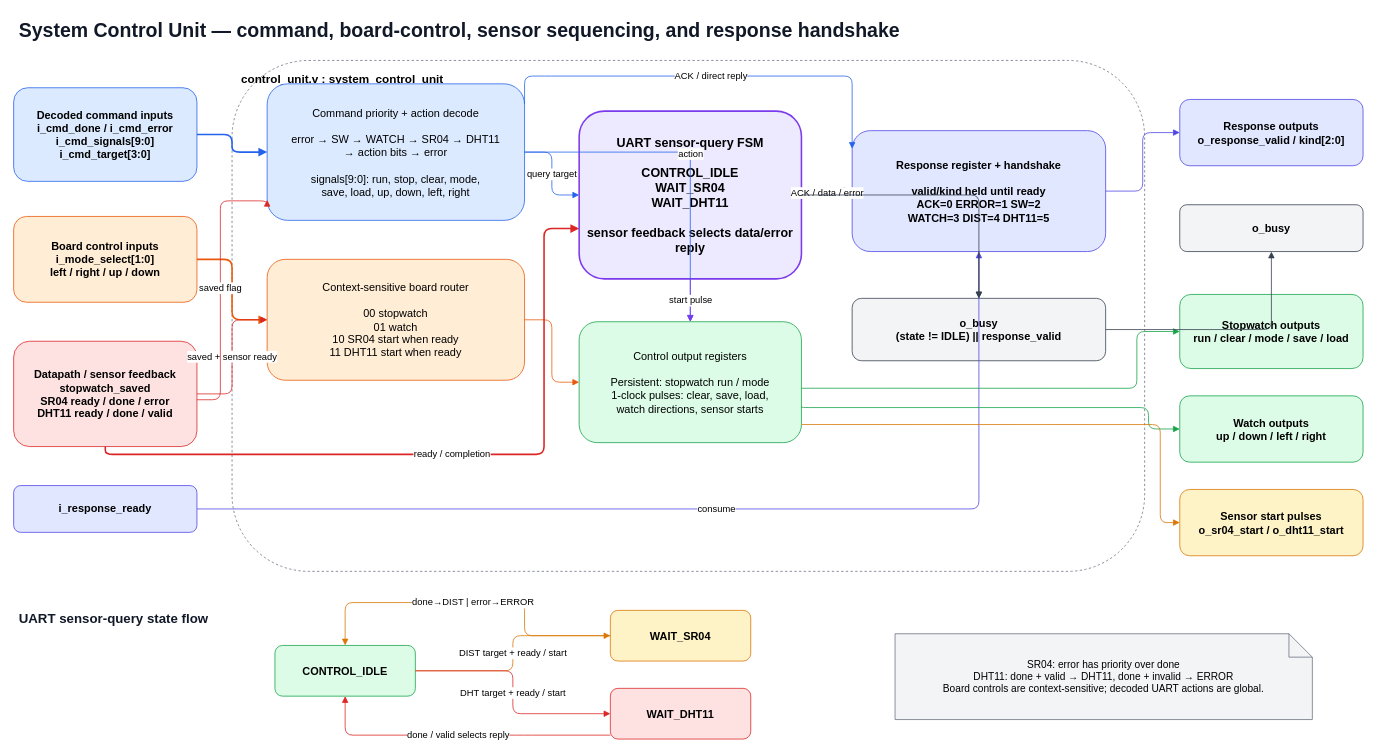
Above: docs/block_diagrams/system_control_unit.drawio in Cha-pagetti/fpga_proj_sensor_watch_stopwatch (draw.io), before the change. Source tidied: cells renumbered, new cells numbered last; positions are measured from the earlier drawing's top-left corner, leaving out a move shared by most shapes. Both pictures are drawn from the tidied source at 78%, with x=0, y=0 at pixel (13, 13).
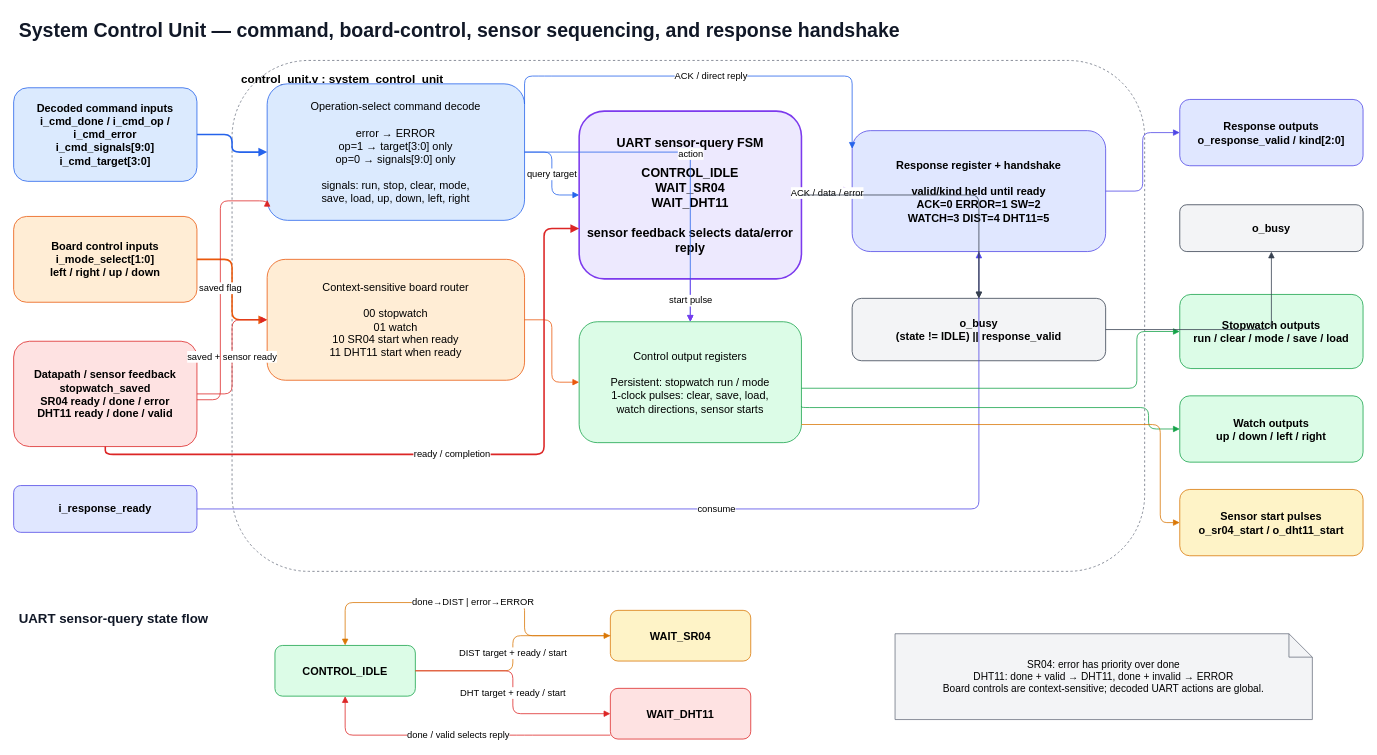
After the change.

Commit message (it also covers changes not shown here):
fix: route decoder op into control unit

Diff of the diagram source:
```diff
@@
-    <mxCell id="4" value="Decoded command inputs&#10;i_cmd_done / i_cmd_error&#10;i_cmd_signals[9:0]&#10;i_cmd_target[3:0]" style="rounded=1;whiteSpace=wrap;html=1;fillColor=#DBEAFE;strokeColor=#2563EB;fontSize=14;fontStyle=1;" parent="1" vertex="1">
+    <mxCell id="4" value="Decoded command inputs&#10;i_cmd_done / i_cmd_op / i_cmd_error&#10;i_cmd_signals[9:0]&#10;i_cmd_target[3:0]" style="rounded=1;whiteSpace=wrap;html=1;fillColor=#DBEAFE;strokeColor=#2563EB;fontSize=14;fontStyle=1;" parent="1" vertex="1">
       <mxGeometry y="95" width="235" height="120" as="geometry" />
     </mxCell>
@@
-    <mxCell id="8" value="Command priority + action decode&#10;&#10;error → SW → WATCH → SR04 → DHT11&#10;→ action bits → error&#10;&#10;signals[9:0]: run, stop, clear, mode,&#10;save, load, up, down, left, right" style="rounded=1;whiteSpace=wrap;html=1;fillColor=#DBEAFE;strokeColor=#2563EB;fontSize=14;" parent="1" vertex="1">
+    <mxCell id="8" value="Operation-select command decode&#10;&#10;error → ERROR&#10;op=1 → target[3:0] only&#10;op=0 → signals[9:0] only&#10;&#10;signals: run, stop, clear, mode,&#10;save, load, up, down, left, right" style="rounded=1;whiteSpace=wrap;html=1;fillColor=#DBEAFE;strokeColor=#2563EB;fontSize=14;" parent="1" vertex="1">
       <mxGeometry x="325" y="90" width="330" height="175" as="geometry" />
     </mxCell>
```
